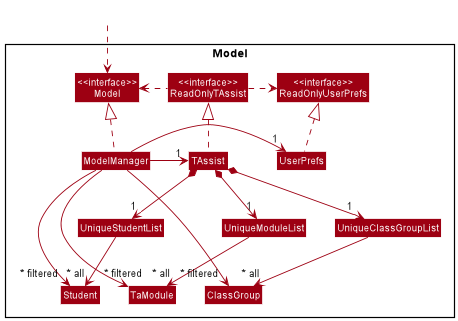
nus-cs2103-AY2122S2/tp keeps this PlantUML diagram as docs/images/ModelClassDiagram.png. Above is the earlier version.
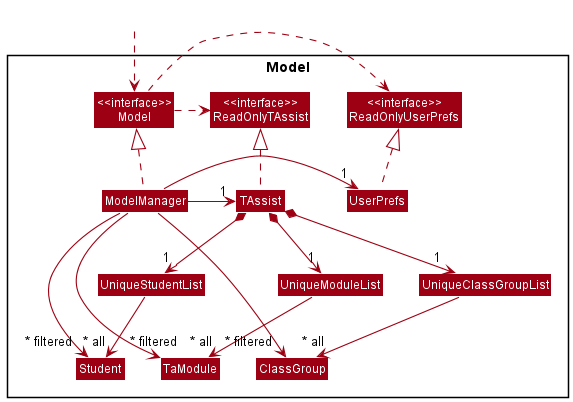
Later version of the same file.

Commit message:
Fix ModelClassDiagram arrows

Diff of the diagram source:
```diff
@@ -28,8 +28,8 @@
 TAssist .up.|> ReadOnlyTAssist
 
 ModelManager .up.|> Model
-ReadOnlyTAssist .right.> ReadOnlyUserPrefs
-ReadOnlyTAssist .left.> Model
+Model .right.> ReadOnlyUserPrefs
+Model .right.> ReadOnlyTAssist
 ModelManager -right-> "1" TAssist
 ModelManager -right-> "1" UserPrefs
 UserPrefs .up.|> ReadOnlyUserPrefs
```
